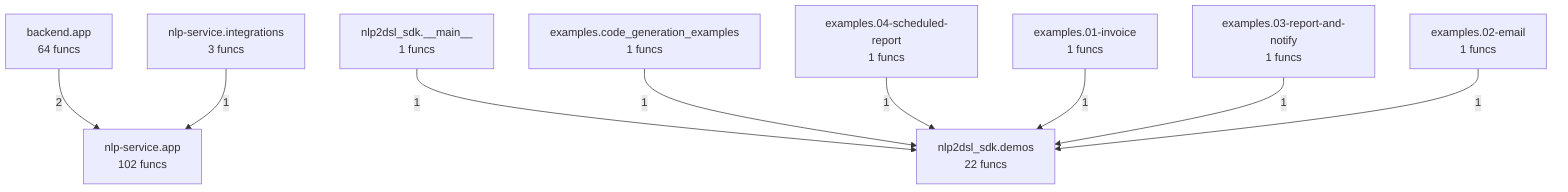
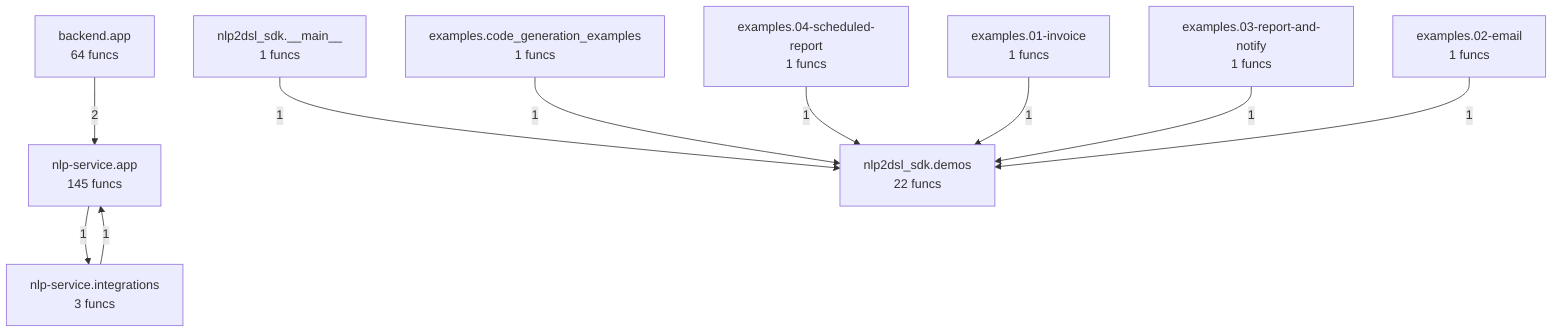
flowchart TD
- %% generated in 0.01s
+ %% generated in 0.03s
    backend__app["backend.app<br/>64 funcs"]
    examples__01_invoice["examples.01-invoice<br/>1 funcs"]
    examples__02_email["examples.02-email<br/>1 funcs"]
    examples__03_report_and_notify["examples.03-report-and-notify<br/>1 funcs"]
    examples__04_scheduled_report["examples.04-scheduled-report<br/>1 funcs"]
    examples__code_generation_examples["examples.code_generation_examples<br/>1 funcs"]
-     nlp_service__app["nlp-service.app<br/>102 funcs"]
+     nlp_service__app["nlp-service.app<br/>145 funcs"]
    nlp_service__integrations["nlp-service.integrations<br/>3 funcs"]
    nlp2dsl_sdk____main__["nlp2dsl_sdk.__main__<br/>1 funcs"]
    nlp2dsl_sdk__demos["nlp2dsl_sdk.demos<br/>22 funcs"]
    backend__app -->|2| nlp_service__app
    nlp2dsl_sdk____main__ -->|1| nlp2dsl_sdk__demos
    examples__code_generation_examples -->|1| nlp2dsl_sdk__demos
    examples__04_scheduled_report -->|1| nlp2dsl_sdk__demos
    examples__01_invoice -->|1| nlp2dsl_sdk__demos
    examples__03_report_and_notify -->|1| nlp2dsl_sdk__demos
    examples__02_email -->|1| nlp2dsl_sdk__demos
    nlp_service__integrations -->|1| nlp_service__app
+     nlp_service__app -->|1| nlp_service__integrations
